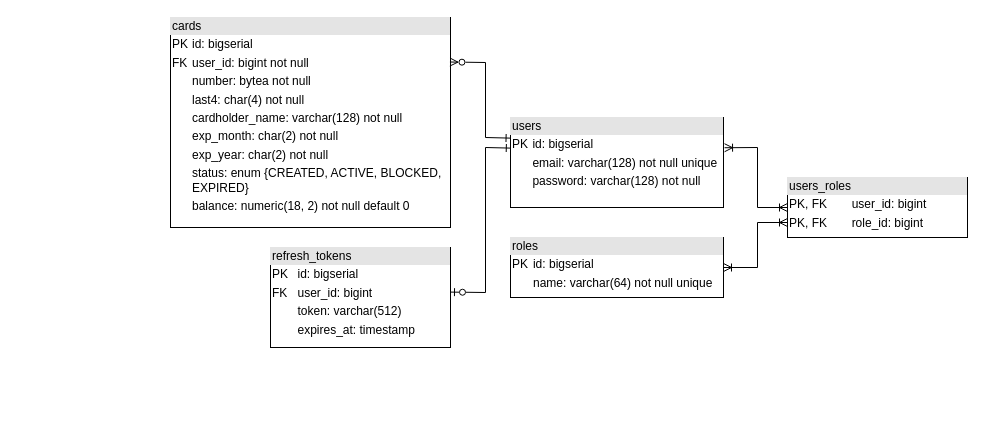
The draw.io diagram docs/er-diagram.drawio in troublegale/bank-rest, before the edit. Source tidied: cells renumbered, new cells numbered last; positions are measured from the earlier drawing's top-left corner, leaving out a move shared by most shapes. Both pictures are drawn from the tidied source at 100%, with x=0, y=0 at pixel (170, 17).
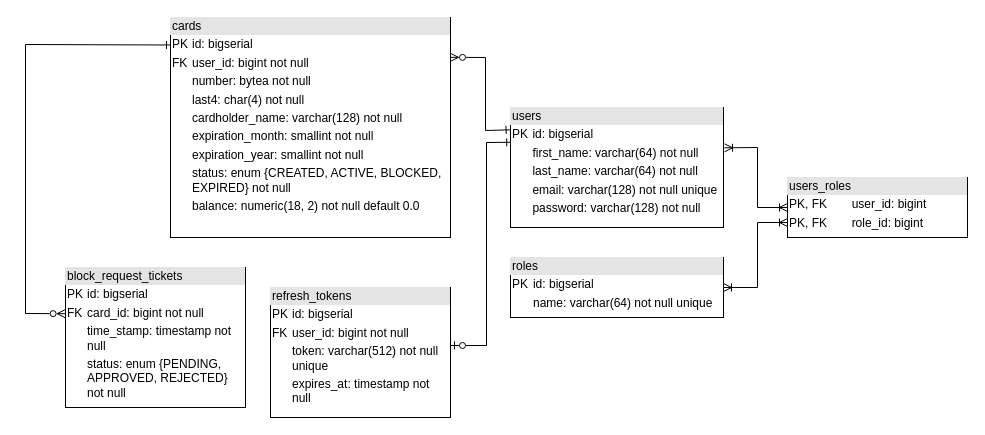
Above is the later version.

The change refers to these unchanged cells:
```xml
<mxCell id="4" value="&lt;div style=&quot;box-sizing: border-box; width: 100%; background: rgb(228, 228, 228); padding: 2px;&quot;&gt;users_roles&lt;/div&gt;&lt;table style=&quot;width:100%;font-size:1em;&quot; cellpadding=&quot;2&quot; cellspacing=&quot;0&quot;&gt;&lt;tbody&gt;&lt;tr&gt;&lt;td&gt;PK, FK&lt;/td&gt;&lt;td&gt;user_id: bigint&lt;/td&gt;&lt;/tr&gt;&lt;tr&gt;&lt;td&gt;PK, FK&lt;/td&gt;&lt;td&gt;role_id: bigint&lt;/td&gt;&lt;/tr&gt;&lt;tr&gt;&lt;td&gt;&lt;/td&gt;&lt;td&gt;&lt;br&gt;&lt;/td&gt;&lt;/tr&gt;&lt;/tbody&gt;&lt;/table&gt;" style="verticalAlign=top;align=left;overflow=fill;html=1;whiteSpace=wrap;" parent="1" vertex="1">
  <mxGeometry x="617" y="160" width="180" height="60" as="geometry" />
</mxCell>
```

Diff of the diagram source:
```diff
@@
-    <mxCell id="2" value="&lt;div style=&quot;box-sizing: border-box; width: 100%; background: rgb(228, 228, 228); padding: 2px;&quot;&gt;users&lt;/div&gt;&lt;table style=&quot;width:100%;font-size:1em;&quot; cellpadding=&quot;2&quot; cellspacing=&quot;0&quot;&gt;&lt;tbody&gt;&lt;tr&gt;&lt;td&gt;PK&lt;/td&gt;&lt;td&gt;id: bigserial&lt;/td&gt;&lt;/tr&gt;&lt;tr&gt;&lt;td&gt;&lt;br&gt;&lt;/td&gt;&lt;td&gt;email: varchar(128) not null unique&lt;/td&gt;&lt;/tr&gt;&lt;tr&gt;&lt;td&gt;&lt;/td&gt;&lt;td&gt;password: varchar(128) not null&lt;/td&gt;&lt;/tr&gt;&lt;/tbody&gt;&lt;/table&gt;" style="verticalAlign=top;align=left;overflow=fill;html=1;whiteSpace=wrap;" parent="1" vertex="1">
-      <mxGeometry x="340" y="100" width="213" height="90" as="geometry" />
+    <mxCell id="2" value="&lt;div style=&quot;box-sizing: border-box; width: 100%; background: rgb(228, 228, 228); padding: 2px;&quot;&gt;users&lt;/div&gt;&lt;table style=&quot;width:100%;font-size:1em;&quot; cellpadding=&quot;2&quot; cellspacing=&quot;0&quot;&gt;&lt;tbody&gt;&lt;tr&gt;&lt;td&gt;PK&lt;/td&gt;&lt;td&gt;id: bigserial&lt;/td&gt;&lt;/tr&gt;&lt;tr&gt;&lt;td&gt;&lt;br&gt;&lt;/td&gt;&lt;td&gt;first_name: varchar(64) not null&lt;/td&gt;&lt;/tr&gt;&lt;tr&gt;&lt;td&gt;&lt;br&gt;&lt;/td&gt;&lt;td&gt;last_name: varchar(64) not null&lt;/td&gt;&lt;/tr&gt;&lt;tr&gt;&lt;td&gt;&lt;br&gt;&lt;/td&gt;&lt;td&gt;email: varchar(128) not null unique&lt;/td&gt;&lt;/tr&gt;&lt;tr&gt;&lt;td&gt;&lt;/td&gt;&lt;td&gt;password: varchar(128) not null&lt;/td&gt;&lt;/tr&gt;&lt;/tbody&gt;&lt;/table&gt;" style="verticalAlign=top;align=left;overflow=fill;html=1;whiteSpace=wrap;" parent="1" vertex="1">
+      <mxGeometry x="340" y="90" width="213" height="120" as="geometry" />
     </mxCell>
     <mxCell id="3" value="&lt;div style=&quot;box-sizing: border-box; width: 100%; background: rgb(228, 228, 228); padding: 2px;&quot;&gt;roles&lt;/div&gt;&lt;table style=&quot;width:100%;font-size:1em;&quot; cellpadding=&quot;2&quot; cellspacing=&quot;0&quot;&gt;&lt;tbody&gt;&lt;tr&gt;&lt;td&gt;PK&lt;/td&gt;&lt;td&gt;id: bigserial&lt;/td&gt;&lt;/tr&gt;&lt;tr&gt;&lt;td&gt;&lt;br&gt;&lt;/td&gt;&lt;td&gt;name: varchar(64) not null unique&lt;/td&gt;&lt;/tr&gt;&lt;tr&gt;&lt;td&gt;&lt;br&gt;&lt;/td&gt;&lt;td&gt;&lt;br&gt;&lt;/td&gt;&lt;/tr&gt;&lt;/tbody&gt;&lt;/table&gt;" style="verticalAlign=top;align=left;overflow=fill;html=1;whiteSpace=wrap;" parent="1" vertex="1">
-      <mxGeometry x="340" y="220" width="213" height="60" as="geometry" />
+      <mxGeometry x="340" y="240" width="213" height="60" as="geometry" />
     </mxCell>
@@
     <mxCell id="6" style="endArrow=ERoneToMany;html=1;rounded=0;startArrow=ERoneToMany;startFill=0;endFill=0;exitX=1;exitY=0.5;exitDx=0;exitDy=0;entryX=0;entryY=0.75;entryDx=0;entryDy=0;" parent="1" edge="1" source="3" target="4">
       <mxGeometry relative="1" as="geometry">
         <Array as="points">
-          <mxPoint x="587" y="250" />
+          <mxPoint x="587" y="270" />
           <mxPoint x="587" y="205" />
         </Array>
       </mxGeometry>
     </mxCell>
-    <mxCell id="7" value="&lt;div style=&quot;box-sizing: border-box; width: 100%; background: rgb(228, 228, 228); padding: 2px;&quot;&gt;cards&lt;/div&gt;&lt;table style=&quot;width:100%;font-size:1em;&quot; cellpadding=&quot;2&quot; cellspacing=&quot;0&quot;&gt;&lt;tbody&gt;&lt;tr&gt;&lt;td&gt;PK&lt;/td&gt;&lt;td&gt;id: bigserial&lt;/td&gt;&lt;/tr&gt;&lt;tr&gt;&lt;td&gt;FK&lt;/td&gt;&lt;td&gt;user_id: bigint not null&lt;/td&gt;&lt;/tr&gt;&lt;tr&gt;&lt;td&gt;&lt;/td&gt;&lt;td&gt;number: bytea not null&lt;/td&gt;&lt;/tr&gt;&lt;tr&gt;&lt;td&gt;&lt;br&gt;&lt;/td&gt;&lt;td&gt;last4: char(4) not null&lt;/td&gt;&lt;/tr&gt;&lt;tr&gt;&lt;td&gt;&lt;br&gt;&lt;/td&gt;&lt;td&gt;cardholder_name: varchar(128) not null&lt;/td&gt;&lt;/tr&gt;&lt;tr&gt;&lt;td&gt;&lt;br&gt;&lt;/td&gt;&lt;td&gt;exp_month: char(2) not null&lt;/td&gt;&lt;/tr&gt;&lt;tr&gt;&lt;td&gt;&lt;br&gt;&lt;/td&gt;&lt;td&gt;exp_year: char(2) not null&lt;/td&gt;&lt;/tr&gt;&lt;tr&gt;&lt;td&gt;&lt;br&gt;&lt;/td&gt;&lt;td&gt;status: enum {CREATED, ACTIVE, BLOCKED, EXPIRED}&lt;/td&gt;&lt;/tr&gt;&lt;tr&gt;&lt;td&gt;&lt;br&gt;&lt;/td&gt;&lt;td&gt;balance: numeric(18, 2) not null default 0&lt;/td&gt;&lt;/tr&gt;&lt;/tbody&gt;&lt;/table&gt;" style="verticalAlign=top;align=left;overflow=fill;html=1;whiteSpace=wrap;" parent="1" vertex="1">
-      <mxGeometry width="280" height="210" as="geometry" />
+    <mxCell id="7" value="&lt;div style=&quot;box-sizing: border-box; width: 100%; background: rgb(228, 228, 228); padding: 2px;&quot;&gt;cards&lt;/div&gt;&lt;table style=&quot;width:100%;font-size:1em;&quot; cellpadding=&quot;2&quot; cellspacing=&quot;0&quot;&gt;&lt;tbody&gt;&lt;tr&gt;&lt;td&gt;PK&lt;/td&gt;&lt;td&gt;id: bigserial&lt;/td&gt;&lt;/tr&gt;&lt;tr&gt;&lt;td&gt;FK&lt;/td&gt;&lt;td&gt;user_id: bigint not null&lt;/td&gt;&lt;/tr&gt;&lt;tr&gt;&lt;td&gt;&lt;/td&gt;&lt;td&gt;number: bytea not null&lt;/td&gt;&lt;/tr&gt;&lt;tr&gt;&lt;td&gt;&lt;br&gt;&lt;/td&gt;&lt;td&gt;last4: char(4) not null&lt;/td&gt;&lt;/tr&gt;&lt;tr&gt;&lt;td&gt;&lt;br&gt;&lt;/td&gt;&lt;td&gt;cardholder_name: varchar(128) not null&lt;/td&gt;&lt;/tr&gt;&lt;tr&gt;&lt;td&gt;&lt;br&gt;&lt;/td&gt;&lt;td&gt;expiration_month: smallint not null&lt;/td&gt;&lt;/tr&gt;&lt;tr&gt;&lt;td&gt;&lt;br&gt;&lt;/td&gt;&lt;td&gt;expiration_year: smallint not null&lt;/td&gt;&lt;/tr&gt;&lt;tr&gt;&lt;td&gt;&lt;br&gt;&lt;/td&gt;&lt;td&gt;status: enum {CREATED, ACTIVE, BLOCKED, EXPIRED} not null&lt;/td&gt;&lt;/tr&gt;&lt;tr&gt;&lt;td&gt;&lt;br&gt;&lt;/td&gt;&lt;td&gt;balance: numeric(18, 2) not null default 0.0&lt;/td&gt;&lt;/tr&gt;&lt;/tbody&gt;&lt;/table&gt;" style="verticalAlign=top;align=left;overflow=fill;html=1;whiteSpace=wrap;" parent="1" vertex="1">
+      <mxGeometry width="280" height="220" as="geometry" />
     </mxCell>
-    <mxCell id="8" style="endArrow=ERone;html=1;rounded=0;exitX=0.998;exitY=0.212;exitDx=0;exitDy=0;exitPerimeter=0;entryX=-0.002;entryY=0.229;entryDx=0;entryDy=0;startArrow=ERzeroToMany;startFill=0;endFill=0;entryPerimeter=0;" parent="1" edge="1" source="7" target="2">
+    <mxCell id="8" style="endArrow=ERone;html=1;rounded=0;entryX=-0.002;entryY=0.186;entryDx=0;entryDy=0;startArrow=ERzeroToMany;startFill=0;endFill=0;entryPerimeter=0;exitX=1;exitY=0.181;exitDx=0;exitDy=0;exitPerimeter=0;" parent="1" edge="1" source="7" target="2">
       <mxGeometry relative="1" as="geometry">
         <Array as="points">
-          <mxPoint x="315" y="45" />
-          <mxPoint x="315" y="120" />
+          <mxPoint x="315" y="40" />
+          <mxPoint x="315" y="113" />
         </Array>
       </mxGeometry>
     </mxCell>
-    <mxCell id="9" value="&lt;div style=&quot;box-sizing: border-box; width: 100%; background: rgb(228, 228, 228); padding: 2px;&quot;&gt;refresh_tokens&lt;/div&gt;&lt;table style=&quot;width:100%;font-size:1em;&quot; cellpadding=&quot;2&quot; cellspacing=&quot;0&quot;&gt;&lt;tbody&gt;&lt;tr&gt;&lt;td&gt;PK&lt;/td&gt;&lt;td&gt;id: bigserial&lt;/td&gt;&lt;/tr&gt;&lt;tr&gt;&lt;td&gt;FK&lt;/td&gt;&lt;td&gt;user_id: bigint&lt;/td&gt;&lt;/tr&gt;&lt;tr&gt;&lt;td&gt;&lt;/td&gt;&lt;td&gt;token: varchar(512)&lt;/td&gt;&lt;/tr&gt;&lt;tr&gt;&lt;td&gt;&lt;br&gt;&lt;/td&gt;&lt;td&gt;expires_at: timestamp&lt;/td&gt;&lt;/tr&gt;&lt;/tbody&gt;&lt;/table&gt;" style="verticalAlign=top;align=left;overflow=fill;html=1;whiteSpace=wrap;" parent="1" vertex="1">
-      <mxGeometry x="100" y="230" width="180" height="100" as="geometry" />
+    <mxCell id="9" value="&lt;div style=&quot;box-sizing: border-box; width: 100%; background: rgb(228, 228, 228); padding: 2px;&quot;&gt;refresh_tokens&lt;/div&gt;&lt;table style=&quot;width:100%;font-size:1em;&quot; cellpadding=&quot;2&quot; cellspacing=&quot;0&quot;&gt;&lt;tbody&gt;&lt;tr&gt;&lt;td&gt;PK&lt;/td&gt;&lt;td&gt;id: bigserial&lt;/td&gt;&lt;/tr&gt;&lt;tr&gt;&lt;td&gt;FK&lt;/td&gt;&lt;td&gt;user_id: bigint not null&lt;/td&gt;&lt;/tr&gt;&lt;tr&gt;&lt;td&gt;&lt;/td&gt;&lt;td&gt;token: varchar(512) not null unique&lt;/td&gt;&lt;/tr&gt;&lt;tr&gt;&lt;td&gt;&lt;br&gt;&lt;/td&gt;&lt;td&gt;expires_at: timestamp not null&lt;/td&gt;&lt;/tr&gt;&lt;/tbody&gt;&lt;/table&gt;" style="verticalAlign=top;align=left;overflow=fill;html=1;whiteSpace=wrap;" parent="1" vertex="1">
+      <mxGeometry x="100" y="270" width="180" height="130" as="geometry" />
     </mxCell>
-    <mxCell id="10" style="endArrow=ERone;html=1;rounded=0;entryX=-0.001;entryY=0.34;entryDx=0;entryDy=0;entryPerimeter=0;startArrow=ERzeroToOne;startFill=0;endFill=0;exitX=1;exitY=0.446;exitDx=0;exitDy=0;exitPerimeter=0;" parent="1" edge="1" source="9" target="2">
+    <mxCell id="10" style="endArrow=ERone;html=1;rounded=0;entryX=0.001;entryY=0.29;entryDx=0;entryDy=0;entryPerimeter=0;startArrow=ERzeroToOne;startFill=0;endFill=0;exitX=1;exitY=0.446;exitDx=0;exitDy=0;exitPerimeter=0;" parent="1" edge="1" source="9" target="2">
       <mxGeometry relative="1" as="geometry">
         <Array as="points">
-          <mxPoint x="315" y="275" />
-          <mxPoint x="315" y="130" />
+          <mxPoint x="316" y="328" />
+          <mxPoint x="316" y="125" />
         </Array>
       </mxGeometry>
     </mxCell>
+    <mxCell id="11" value="&lt;div style=&quot;box-sizing: border-box; width: 100%; background: rgb(228, 228, 228); padding: 2px;&quot;&gt;block_request_tickets&lt;/div&gt;&lt;table style=&quot;width:100%;font-size:1em;&quot; cellpadding=&quot;2&quot; cellspacing=&quot;0&quot;&gt;&lt;tbody&gt;&lt;tr&gt;&lt;td&gt;PK&lt;/td&gt;&lt;td&gt;id: bigserial&lt;/td&gt;&lt;/tr&gt;&lt;tr&gt;&lt;td&gt;FK&lt;/td&gt;&lt;td&gt;card_id: bigint not null&lt;/td&gt;&lt;/tr&gt;&lt;tr&gt;&lt;td&gt;&lt;/td&gt;&lt;td&gt;time_stamp: timestamp not null&lt;/td&gt;&lt;/tr&gt;&lt;tr&gt;&lt;td&gt;&lt;br&gt;&lt;/td&gt;&lt;td&gt;status: enum {PENDING, APPROVED, REJECTED} not null&lt;/td&gt;&lt;/tr&gt;&lt;/tbody&gt;&lt;/table&gt;" style="verticalAlign=top;align=left;overflow=fill;html=1;whiteSpace=wrap;" parent="1" vertex="1">
+      <mxGeometry x="-105" y="250" width="180" height="140" as="geometry" />
+    </mxCell>
+    <mxCell id="12" style="endArrow=ERone;html=1;rounded=0;entryX=0;entryY=0.125;entryDx=0;entryDy=0;entryPerimeter=0;exitX=-0.002;exitY=0.33;exitDx=0;exitDy=0;exitPerimeter=0;endFill=0;startArrow=ERzeroToMany;startFill=0;" parent="1" edge="1" source="11" target="7">
+      <mxGeometry relative="1" as="geometry">
+        <Array as="points">
+          <mxPoint x="-145" y="296" />
+          <mxPoint x="-145" y="27" />
+        </Array>
+      </mxGeometry>
+    </mxCell>
```
